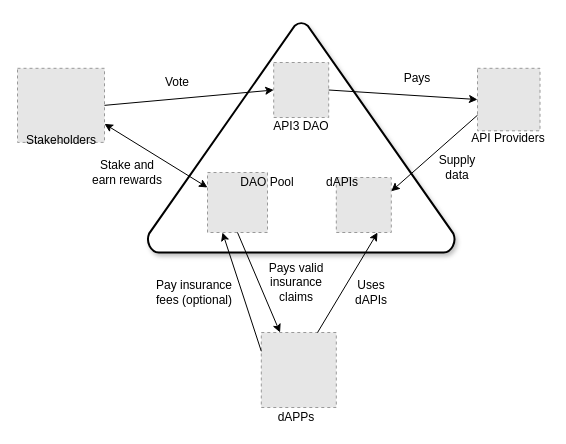
api3dao/old-api3-docs keeps this draw.io diagram as docs/next/assets/diagrams/dao.drawio. Above is the earlier version. Source tidied: cells renumbered, new cells numbered last; positions are measured from the earlier drawing's top-left corner, leaving out a move shared by most shapes. Both pictures are drawn from the tidied source at 100%, with x=0, y=0 at pixel (17, 22). Pictures stored in the file or linked from it are replaced by grey dashed boxes.
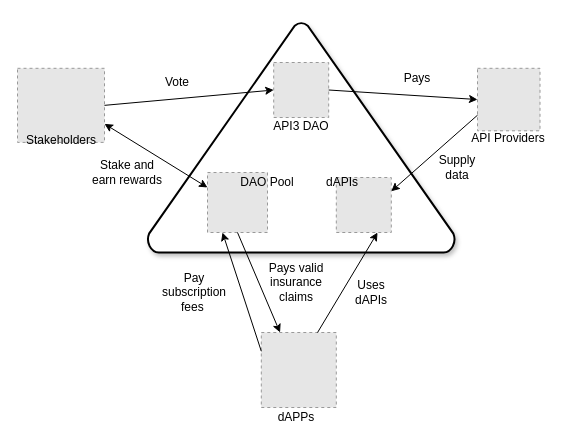
Above is the later version.

The edit, as a diff of the source:
```diff
@@
-    <mxCell id="18" value="Pay insurance fees (optional)" style="text;html=1;strokeColor=none;fillColor=none;align=center;verticalAlign=middle;whiteSpace=wrap;rounded=0;" parent="1" vertex="1">
+    <mxCell id="18" value="Pay subscription fees&amp;nbsp;" style="text;html=1;strokeColor=none;fillColor=none;align=center;verticalAlign=middle;whiteSpace=wrap;rounded=0;" parent="1" vertex="1">
       <mxGeometry x="137" y="260" width="80" height="20" as="geometry" />
     </mxCell>
```
